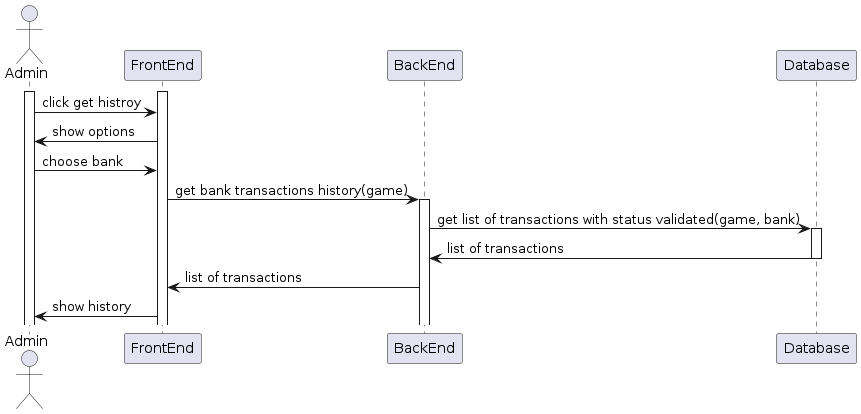
Earlier version of the PlantUML export thesis_tex/assets/diagrams/see_transaction_history_of_bank_detailedSD.png (monoploy-game/thesis). Its diagram source:
```plantuml
@startuml "see transaction history of bank"

actor Admin

Activate Admin
Activate FrontEnd

Admin -> FrontEnd : click get histroy
FrontEnd -> Admin : show options
Admin -> FrontEnd : choose bank
FrontEnd -> BackEnd : get bank transactions history(game)
Activate BackEnd

BackEnd -> Database : get list of transactions with status validated(game, bank)
Activate Database

Database -> BackEnd : list of transactions
deactivate Database

BackEnd -> FrontEnd : list of transactions


FrontEnd -> Admin : show history

@enduml
```
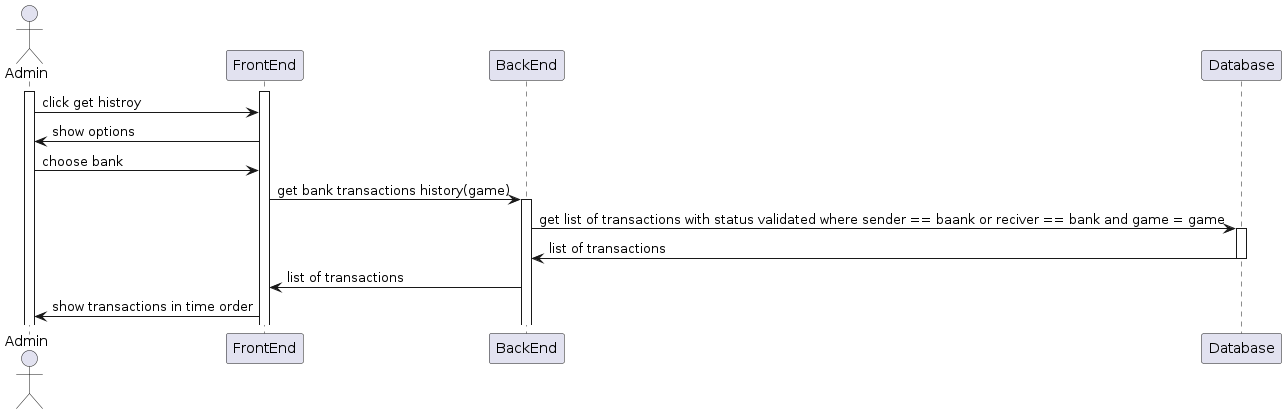
After the commit.

Change to the diagram source:
```diff
@@ -1,4 +1,4 @@
-@startuml "see transaction history of bank"
+@startuml
 
 actor Admin
 
@@ -11,7 +11,7 @@
 FrontEnd -> BackEnd : get bank transactions history(game)
 Activate BackEnd
 
-BackEnd -> Database : get list of transactions with status validated(game, bank)
+BackEnd -> Database : get list of transactions with status validated where sender == baank or reciver == bank and game = game
 Activate Database
 
 Database -> BackEnd : list of transactions
@@ -20,6 +20,6 @@
 BackEnd -> FrontEnd : list of transactions
 
 
-FrontEnd -> Admin : show history
+FrontEnd -> Admin : show transactions in time order
 
 @enduml
```
